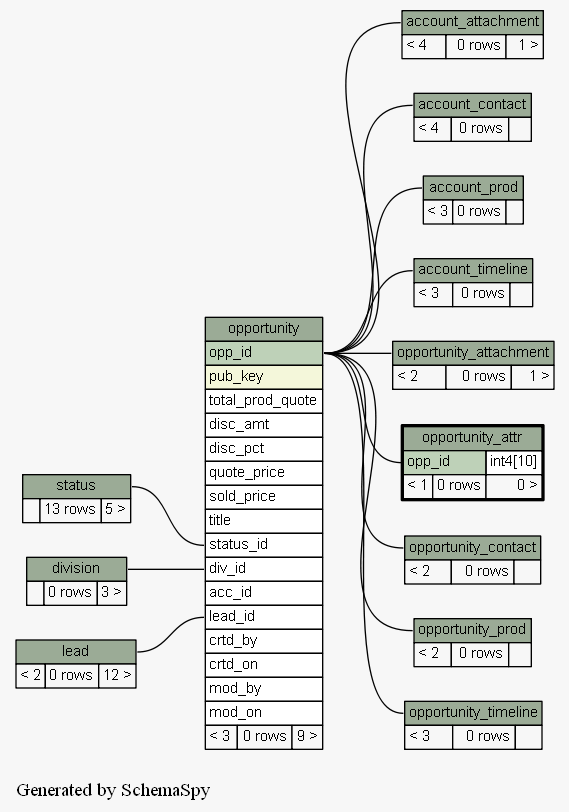
engineerscraft/salesforce keeps this Graphviz diagram as docs/database/schemaspy/graphs/opportunity_attr.2degrees.png. Above is the earlier version. Its source is kept beside it as docs/database/schemaspy/graphs/opportunity_attr.2degrees.dot.
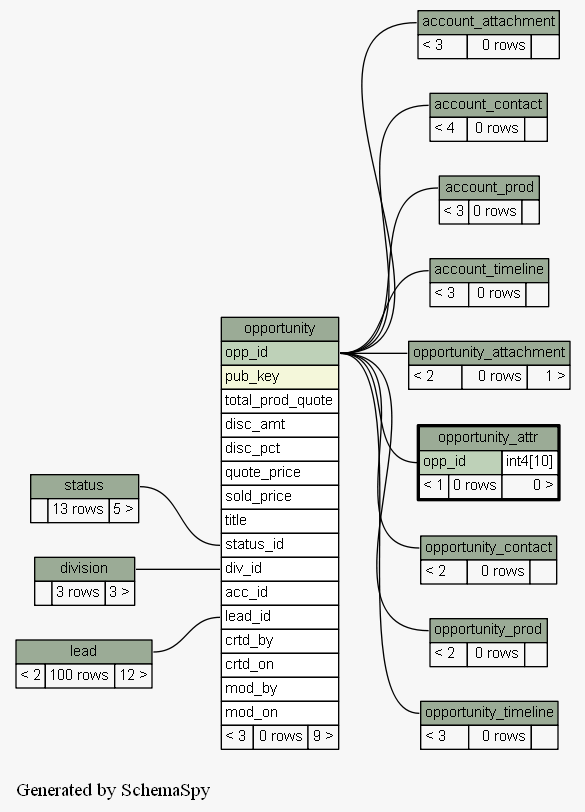
After the change.

Change to the diagram source:
```diff
@@ -29,7 +29,7 @@
     label=<
     <TABLE BORDER="0" CELLBORDER="1" CELLSPACING="0" BGCOLOR="#ffffff">
       <TR><TD PORT="account_attachment.heading" COLSPAN="3" BGCOLOR="#9bab96" ALIGN="CENTER">account_attachment</TD></TR>
-      <TR><TD ALIGN="LEFT" BGCOLOR="#f7f7f7">&lt; 4</TD><TD ALIGN="RIGHT" BGCOLOR="#f7f7f7">0 rows</TD><TD ALIGN="RIGHT" BGCOLOR="#f7f7f7">1 &gt;</TD></TR>
+      <TR><TD ALIGN="LEFT" BGCOLOR="#f7f7f7">&lt; 3</TD><TD ALIGN="RIGHT" BGCOLOR="#f7f7f7">0 rows</TD><TD ALIGN="RIGHT" BGCOLOR="#f7f7f7">  </TD></TR>
     </TABLE>>
     URL="account_attachment.html#graph"
     tooltip="account_attachment"
@@ -65,7 +65,7 @@
     label=<
     <TABLE BORDER="0" CELLBORDER="1" CELLSPACING="0" BGCOLOR="#ffffff">
       <TR><TD PORT="division.heading" COLSPAN="3" BGCOLOR="#9bab96" ALIGN="CENTER">division</TD></TR>
-      <TR><TD ALIGN="LEFT" BGCOLOR="#f7f7f7">  </TD><TD ALIGN="RIGHT" BGCOLOR="#f7f7f7">0 rows</TD><TD ALIGN="RIGHT" BGCOLOR="#f7f7f7">3 &gt;</TD></TR>
+      <TR><TD ALIGN="LEFT" BGCOLOR="#f7f7f7">  </TD><TD ALIGN="RIGHT" BGCOLOR="#f7f7f7">3 rows</TD><TD ALIGN="RIGHT" BGCOLOR="#f7f7f7">3 &gt;</TD></TR>
     </TABLE>>
     URL="division.html#graph"
     tooltip="division"
@@ -74,7 +74,7 @@
     label=<
     <TABLE BORDER="0" CELLBORDER="1" CELLSPACING="0" BGCOLOR="#ffffff">
       <TR><TD PORT="lead.heading" COLSPAN="3" BGCOLOR="#9bab96" ALIGN="CENTER">lead</TD></TR>
-      <TR><TD ALIGN="LEFT" BGCOLOR="#f7f7f7">&lt; 2</TD><TD ALIGN="RIGHT" BGCOLOR="#f7f7f7">0 rows</TD><TD ALIGN="RIGHT" BGCOLOR="#f7f7f7">12 &gt;</TD></TR>
+      <TR><TD ALIGN="LEFT" BGCOLOR="#f7f7f7">&lt; 2</TD><TD ALIGN="RIGHT" BGCOLOR="#f7f7f7">100 rows</TD><TD ALIGN="RIGHT" BGCOLOR="#f7f7f7">12 &gt;</TD></TR>
     </TABLE>>
     URL="lead.html#graph"
     tooltip="lead"
```
